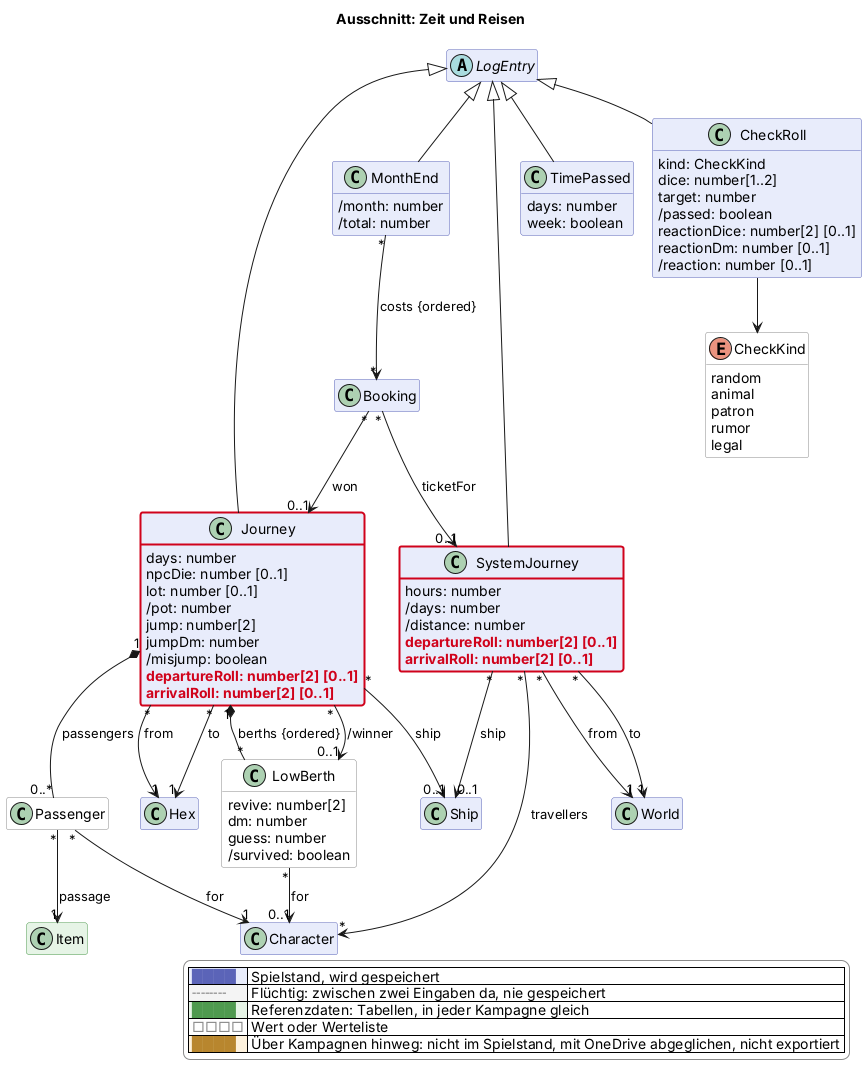
Earlier version of the PlantUML export docs/views/reise.png (scuzzar/SRE).
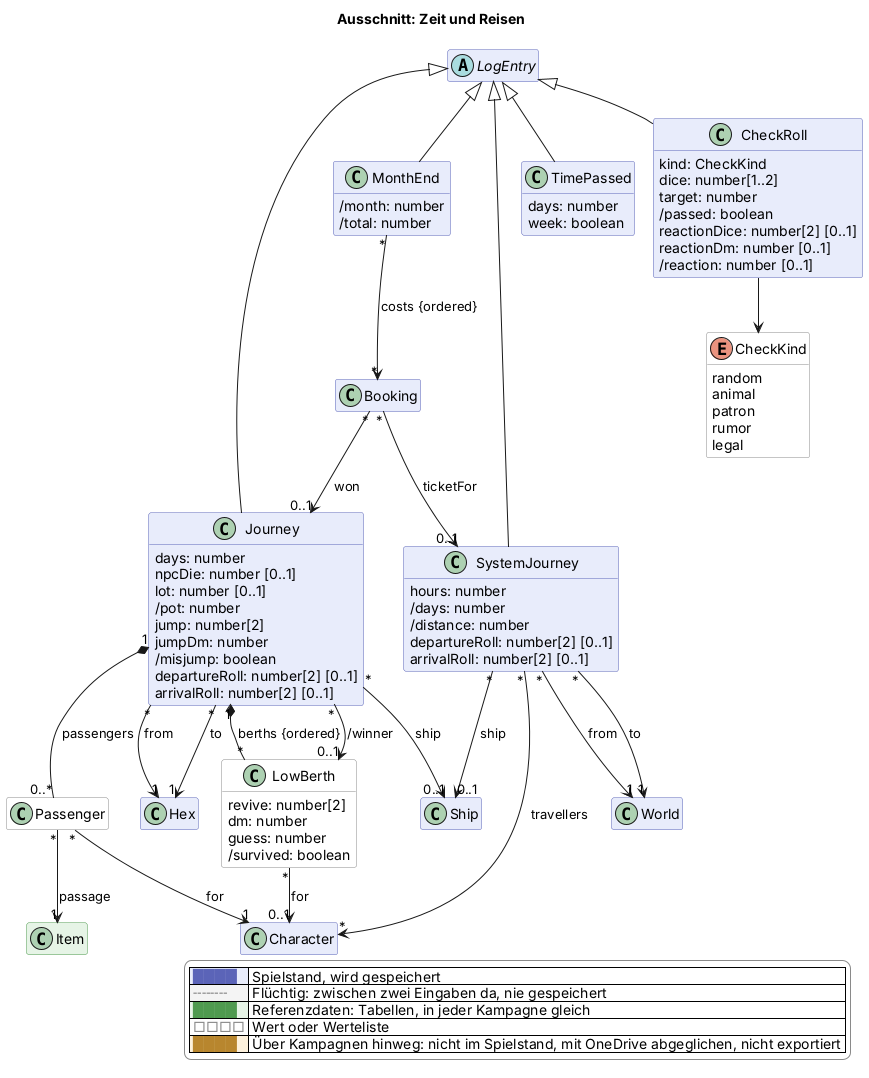
The same diagram one commit later.

What changed in the source:
```diff
@@ -114,8 +114,8 @@
     jump: number[2]
     jumpDm: number
     /misjump: boolean
-    $new("2026-11-22b", "departureRoll: number[2] [0..1]")
-    $new("2026-11-22b", "arrivalRoll: number[2] [0..1]")
+    departureRoll: number[2] [0..1]
+    arrivalRoll: number[2] [0..1]
   }
   class Passenger <<value>> $reise {
   }
@@ -123,8 +123,8 @@
     hours: number
     /days: number
     /distance: number
-    $new("2026-11-22b", "departureRoll: number[2] [0..1]")
-    $new("2026-11-22b", "arrivalRoll: number[2] [0..1]")
+    departureRoll: number[2] [0..1]
+    arrivalRoll: number[2] [0..1]
   }
   class LowBerth <<value>> $reise {
     revive: number[2]
@@ -180,6 +180,4 @@
   |<#ffffff> <color:#8a8a8a>□□□□</color> | Wert oder Werteliste |
   |<#fdf1dc> <color:#b8862e>████</color> | Über Kampagnen hinweg: nicht im Spielstand, mit OneDrive abgeglichen, nicht exportiert |
 endlegend
-class Journey #line:d0021b;line.bold
-class SystemJourney #line:d0021b;line.bold
 @enduml
```
